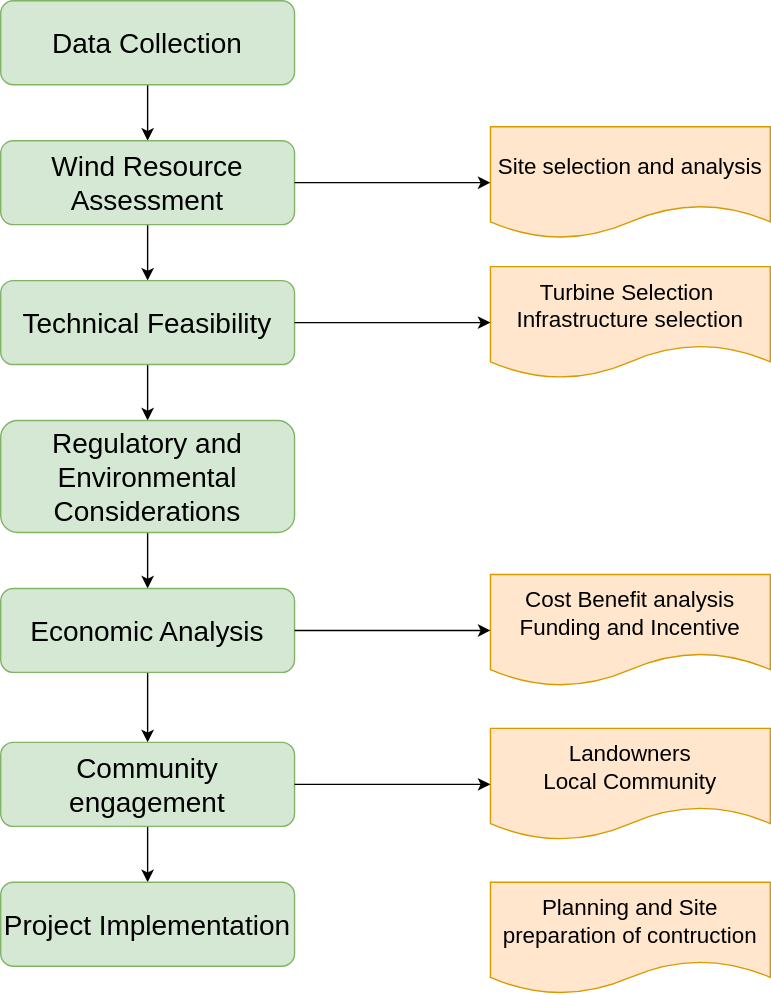
KSoni1505/Wind-Farm-Project-Development keeps this draw.io diagram as Flowchart/Methodology.svg. Above is the earlier version. Source tidied: cells renumbered, new cells last; positions are measured from the earlier drawing's top-left corner, leaving out a move shared by most shapes. The source it was exported from:
```xml
<mxGraphModel>
  <root>
    <mxCell id="0" />
    <mxCell id="1" parent="0" />
    <mxCell id="2" style="edgeStyle=orthogonalEdgeStyle;rounded=0;jettySize=auto;html=1;" parent="1" edge="1" source="3" target="6">
      <mxGeometry relative="1" as="geometry" />
    </mxCell>
    <mxCell id="3" value="&lt;font style=&quot;font-size: 20px;&quot;&gt;Data Collection&lt;br&gt;&lt;/font&gt;" style="rounded=1;whiteSpace=wrap;html=1;fillColor=#d5e8d4;strokeColor=#82b366;" parent="1" vertex="1">
      <mxGeometry width="210" height="60" as="geometry" />
    </mxCell>
    <mxCell id="4" value="&lt;font style=&quot;font-size: 16px;&quot;&gt;Site selection and analysis&lt;/font&gt;" style="shape=document;whiteSpace=wrap;html=1;boundedLbl=1;fillColor=#ffe6cc;strokeColor=#d79b00;" parent="1" vertex="1">
      <mxGeometry x="350" y="90" width="200" height="80" as="geometry" />
    </mxCell>
    <mxCell id="5" style="edgeStyle=orthogonalEdgeStyle;rounded=0;jettySize=auto;html=1;" parent="1" edge="1" source="6" target="8">
      <mxGeometry relative="1" as="geometry" />
    </mxCell>
    <mxCell id="6" value="&lt;font style=&quot;font-size: 20px;&quot;&gt;&lt;p&gt;Wind Resource Assessment&lt;/p&gt;&lt;/font&gt;" style="rounded=1;whiteSpace=wrap;html=1;fillColor=#d5e8d4;strokeColor=#82b366;" parent="1" vertex="1">
      <mxGeometry y="100" width="210" height="60" as="geometry" />
    </mxCell>
    <mxCell id="7" style="edgeStyle=orthogonalEdgeStyle;rounded=0;jettySize=auto;html=1;" parent="1" edge="1" source="8" target="10">
      <mxGeometry relative="1" as="geometry" />
    </mxCell>
    <mxCell id="8" value="&lt;font style=&quot;font-size: 20px;&quot;&gt;&lt;p&gt;Technical Feasibility&lt;/p&gt;&lt;/font&gt;" style="rounded=1;whiteSpace=wrap;html=1;fillColor=#d5e8d4;strokeColor=#82b366;" parent="1" vertex="1">
      <mxGeometry y="200" width="210" height="60" as="geometry" />
    </mxCell>
    <mxCell id="9" style="edgeStyle=orthogonalEdgeStyle;rounded=0;jettySize=auto;html=1;" parent="1" edge="1" source="10" target="13">
      <mxGeometry relative="1" as="geometry" />
    </mxCell>
    <mxCell id="10" value="&lt;font style=&quot;font-size: 20px;&quot;&gt;&lt;p&gt;Regulatory and Environmental Considerations&lt;/p&gt;&lt;/font&gt;" style="rounded=1;whiteSpace=wrap;html=1;fillColor=#d5e8d4;strokeColor=#82b366;" parent="1" vertex="1">
      <mxGeometry y="300" width="210" height="80" as="geometry" />
    </mxCell>
    <mxCell id="11" value="&lt;span style=&quot;font-size: 16px;&quot;&gt;Turbine Selection&amp;nbsp;&lt;/span&gt;&lt;div&gt;&lt;span style=&quot;font-size: 16px;&quot;&gt;Infrastructure selection&lt;/span&gt;&lt;/div&gt;" style="shape=document;whiteSpace=wrap;html=1;boundedLbl=1;fillColor=#ffe6cc;strokeColor=#d79b00;" parent="1" vertex="1">
      <mxGeometry x="350" y="190" width="200" height="80" as="geometry" />
    </mxCell>
    <mxCell id="12" style="edgeStyle=orthogonalEdgeStyle;rounded=0;jettySize=auto;html=1;" parent="1" edge="1" source="13" target="16">
      <mxGeometry relative="1" as="geometry" />
    </mxCell>
    <mxCell id="13" value="&lt;font style=&quot;font-size: 20px;&quot;&gt;&lt;p&gt;Economic Analysis&lt;/p&gt;&lt;/font&gt;" style="rounded=1;whiteSpace=wrap;html=1;fillColor=#d5e8d4;strokeColor=#82b366;" parent="1" vertex="1">
      <mxGeometry y="420" width="210" height="60" as="geometry" />
    </mxCell>
    <mxCell id="14" value="&lt;span style=&quot;font-size: 16px;&quot;&gt;Cost Benefit analysis&lt;/span&gt;&lt;div&gt;&lt;span style=&quot;font-size: 16px;&quot;&gt;Funding and Incentive&lt;/span&gt;&lt;/div&gt;" style="shape=document;whiteSpace=wrap;html=1;boundedLbl=1;fillColor=#ffe6cc;strokeColor=#d79b00;" parent="1" vertex="1">
      <mxGeometry x="350" y="410" width="200" height="80" as="geometry" />
    </mxCell>
    <mxCell id="15" style="edgeStyle=orthogonalEdgeStyle;rounded=0;jettySize=auto;html=1;" parent="1" edge="1" source="16" target="18">
      <mxGeometry relative="1" as="geometry" />
    </mxCell>
    <mxCell id="16" value="&lt;font style=&quot;font-size: 20px;&quot;&gt;&lt;p&gt;Community engagement&lt;/p&gt;&lt;/font&gt;" style="rounded=1;whiteSpace=wrap;html=1;fillColor=#d5e8d4;strokeColor=#82b366;" parent="1" vertex="1">
      <mxGeometry y="530" width="210" height="60" as="geometry" />
    </mxCell>
    <mxCell id="17" value="&lt;span style=&quot;font-size: 16px;&quot;&gt;Landowners&lt;/span&gt;&lt;div&gt;&lt;span style=&quot;font-size: 16px;&quot;&gt;Local Community&lt;/span&gt;&lt;/div&gt;" style="shape=document;whiteSpace=wrap;html=1;boundedLbl=1;fillColor=#ffe6cc;strokeColor=#d79b00;" parent="1" vertex="1">
      <mxGeometry x="350" y="520" width="200" height="80" as="geometry" />
    </mxCell>
    <mxCell id="18" value="&lt;font style=&quot;font-size: 20px;&quot;&gt;&lt;p&gt;Project Implementation&lt;/p&gt;&lt;/font&gt;" style="rounded=1;whiteSpace=wrap;html=1;fillColor=#d5e8d4;strokeColor=#82b366;" parent="1" vertex="1">
      <mxGeometry y="630" width="210" height="60" as="geometry" />
    </mxCell>
    <mxCell id="19" value="&lt;span style=&quot;font-size: 16px;&quot;&gt;Planning and Site preparation of contruction&lt;/span&gt;" style="shape=document;whiteSpace=wrap;html=1;boundedLbl=1;fillColor=#ffe6cc;strokeColor=#d79b00;" parent="1" vertex="1">
      <mxGeometry x="350" y="630" width="200" height="80" as="geometry" />
    </mxCell>
    <mxCell id="20" style="endArrow=classic;html=1;rounded=0;exitX=1;exitY=0.5;exitDx=0;exitDy=0;entryX=0;entryY=0.5;entryDx=0;entryDy=0;" parent="1" edge="1" source="6" target="4">
      <mxGeometry relative="1" as="geometry" />
    </mxCell>
    <mxCell id="21" style="endArrow=classic;html=1;rounded=0;exitX=1;exitY=0.5;exitDx=0;exitDy=0;entryX=0;entryY=0.5;entryDx=0;entryDy=0;" parent="1" edge="1" source="8" target="11">
      <mxGeometry relative="1" as="geometry" />
    </mxCell>
    <mxCell id="22" style="endArrow=classic;html=1;rounded=0;exitX=1;exitY=0.5;exitDx=0;exitDy=0;entryX=0;entryY=0.5;entryDx=0;entryDy=0;" parent="1" edge="1" source="13" target="14">
      <mxGeometry relative="1" as="geometry" />
    </mxCell>
    <mxCell id="23" style="endArrow=classic;html=1;rounded=0;exitX=1;exitY=0.5;exitDx=0;exitDy=0;entryX=0;entryY=0.5;entryDx=0;entryDy=0;" parent="1" edge="1" source="16" target="17">
      <mxGeometry relative="1" as="geometry" />
    </mxCell>
  </root>
</mxGraphModel>
```
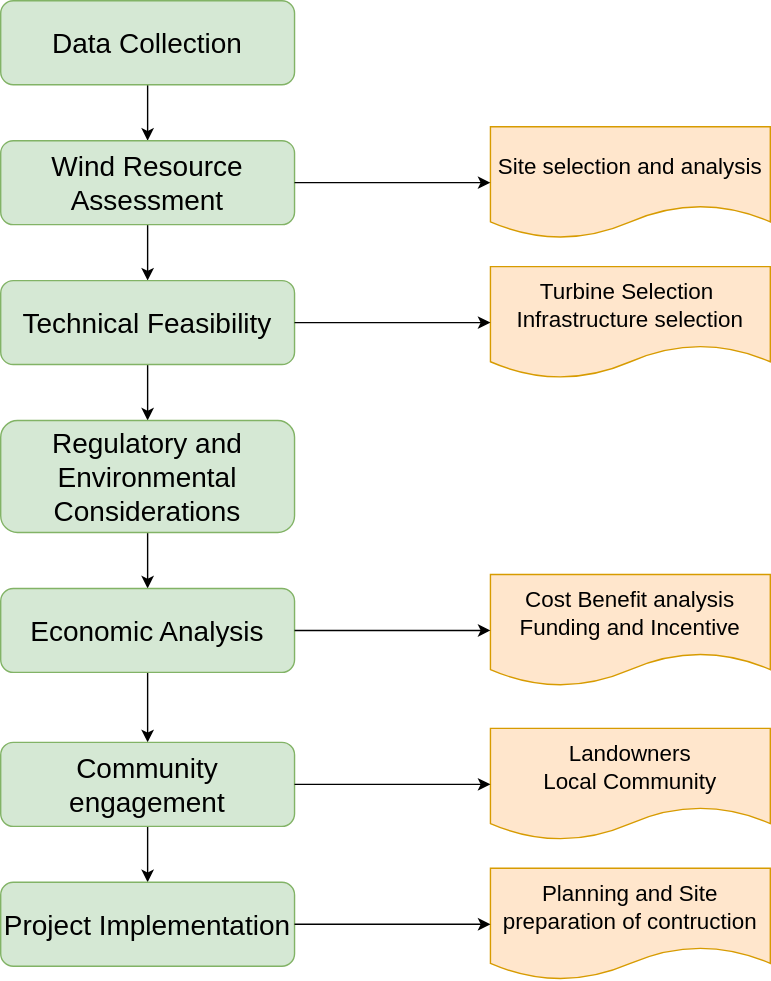
Above is the later version.

Change to the diagram source:
```diff
@@ -54,7 +54,7 @@
       <mxGeometry y="630" width="210" height="60" as="geometry" />
     </mxCell>
     <mxCell id="19" value="&lt;span style=&quot;font-size: 16px;&quot;&gt;Planning and Site preparation of contruction&lt;/span&gt;" style="shape=document;whiteSpace=wrap;html=1;boundedLbl=1;fillColor=#ffe6cc;strokeColor=#d79b00;" parent="1" vertex="1">
-      <mxGeometry x="350" y="630" width="200" height="80" as="geometry" />
+      <mxGeometry x="350" y="620" width="200" height="80" as="geometry" />
     </mxCell>
     <mxCell id="20" style="endArrow=classic;html=1;rounded=0;exitX=1;exitY=0.5;exitDx=0;exitDy=0;entryX=0;entryY=0.5;entryDx=0;entryDy=0;" parent="1" edge="1" source="6" target="4">
       <mxGeometry relative="1" as="geometry" />
@@ -68,5 +68,8 @@
     <mxCell id="23" style="endArrow=classic;html=1;rounded=0;exitX=1;exitY=0.5;exitDx=0;exitDy=0;entryX=0;entryY=0.5;entryDx=0;entryDy=0;" parent="1" edge="1" source="16" target="17">
       <mxGeometry relative="1" as="geometry" />
     </mxCell>
+    <mxCell id="24" style="endArrow=classic;html=1;rounded=0;exitX=1;exitY=0.5;exitDx=0;exitDy=0;entryX=0;entryY=0.5;entryDx=0;entryDy=0;" parent="1" edge="1" source="18" target="19">
+      <mxGeometry relative="1" as="geometry" />
+    </mxCell>
   </root>
 </mxGraphModel>
```
